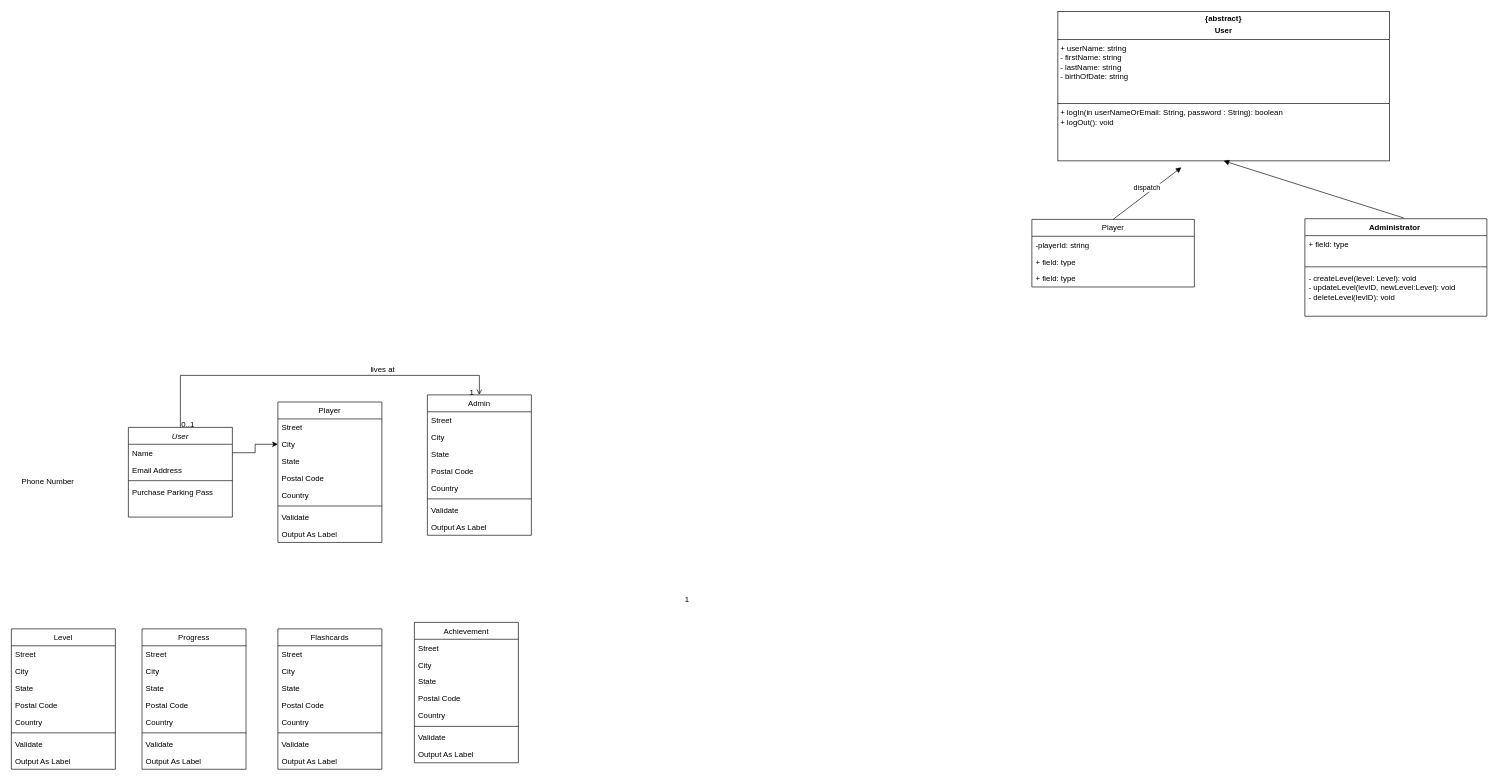
The draw.io diagram HCIDiagrams.drawio in yzy21cs/Diagrams, before the edit. Source tidied: cells renumbered, new cells numbered last; positions are measured from the earlier drawing's top-left corner, leaving out a move shared by most shapes. Both pictures are drawn from the tidied source at 65%, with x=0, y=0 at pixel (11, 11).
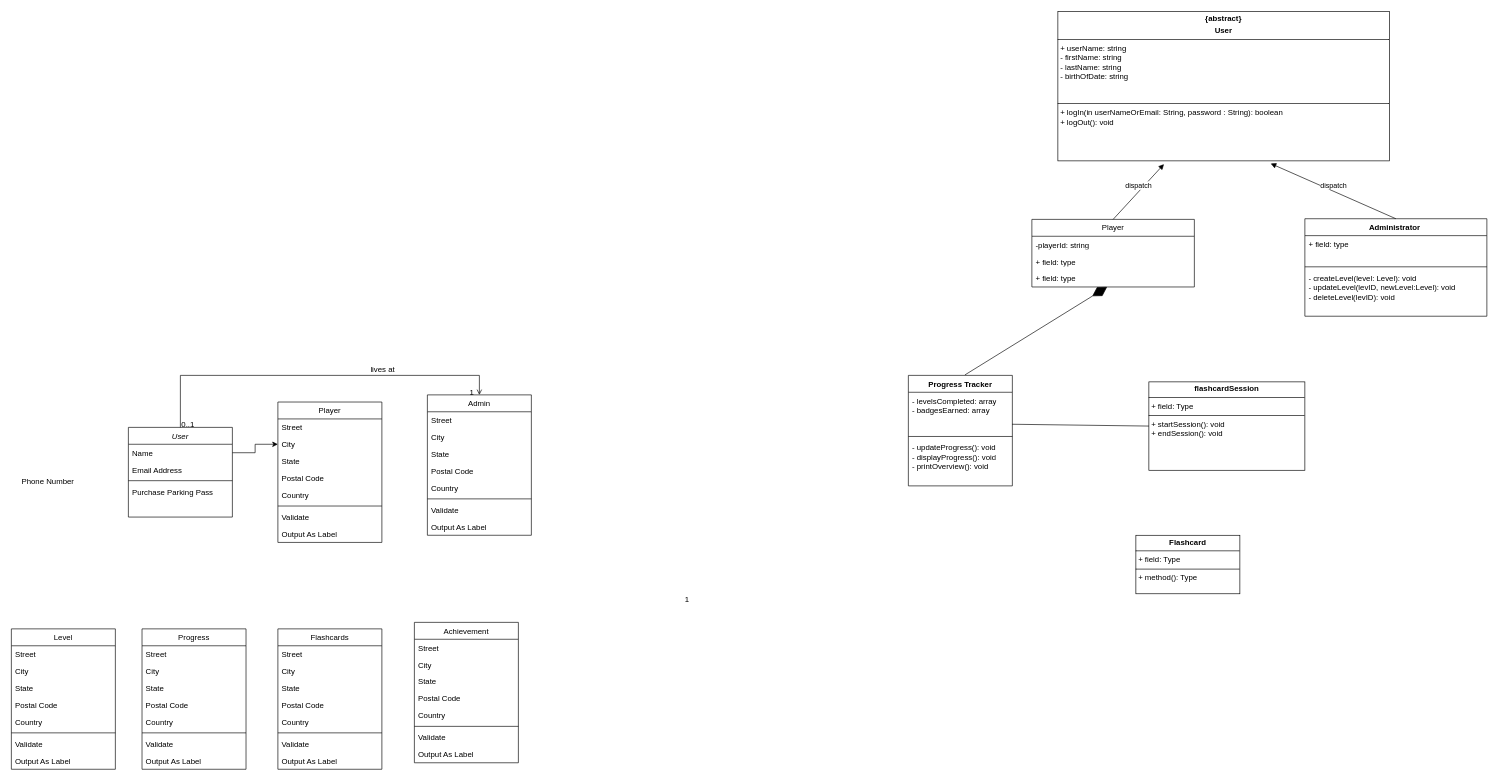
Above is the later version.

Unchanged cells that the change refers to:
```xml
<mxCell id="68" value="&lt;p style=&quot;margin:0px;margin-top:4px;text-align:center;&quot;&gt;&lt;b&gt;{abstract}&lt;/b&gt;&lt;/p&gt;&lt;p style=&quot;margin:0px;margin-top:4px;text-align:center;&quot;&gt;&lt;b&gt;User&lt;/b&gt;&lt;/p&gt;&lt;hr size=&quot;1&quot; style=&quot;border-style:solid;&quot;&gt;&lt;p style=&quot;margin:0px;margin-left:4px;&quot;&gt;+ userName: string&lt;/p&gt;&lt;p style=&quot;margin:0px;margin-left:4px;&quot;&gt;- firstName: string&lt;/p&gt;&lt;p style=&quot;margin:0px;margin-left:4px;&quot;&gt;- lastName: string&lt;/p&gt;&lt;p style=&quot;margin:0px;margin-left:4px;&quot;&gt;- birthOfDate: string&lt;/p&gt;&lt;p style=&quot;margin:0px;margin-left:4px;&quot;&gt;&lt;br&gt;&lt;/p&gt;&lt;p style=&quot;margin:0px;margin-left:4px;&quot;&gt;&lt;br&gt;&lt;/p&gt;&lt;hr size=&quot;1&quot; style=&quot;border-style:solid;&quot;&gt;&lt;p style=&quot;margin:0px;margin-left:4px;&quot;&gt;+ logIn(in userNameOrEmail: String, password : String): boolean&amp;nbsp;&lt;/p&gt;&lt;p style=&quot;margin:0px;margin-left:4px;&quot;&gt;+ logOut(): void&lt;/p&gt;" style="verticalAlign=top;align=left;overflow=fill;html=1;whiteSpace=wrap;" parent="1" vertex="1">
  <mxGeometry x="1610" width="510" height="230" as="geometry" />
</mxCell>
<mxCell id="69" value="Player" style="swimlane;fontStyle=0;horizontal=1;startSize=26;fillColor=none;whiteSpace=wrap;html=1;" parent="1" vertex="1">
  <mxGeometry x="1570" y="320" width="250" height="104" as="geometry" />
</mxCell>
<mxCell id="73" value="Administrator&amp;nbsp;" style="swimlane;fontStyle=1;align=center;verticalAlign=top;horizontal=1;startSize=26;whiteSpace=wrap;html=1;" parent="1" vertex="1">
  <mxGeometry x="1990" y="319" width="280" height="150" as="geometry" />
</mxCell>
```

The edit, as a diff of the source:
```diff
@@
+    <mxCell id="78" value="dispatch" style="html=1;verticalAlign=bottom;endArrow=block;curved=0;rounded=0;exitX=0.5;exitY=0;exitDx=0;exitDy=0;entryX=0.32;entryY=1.022;entryDx=0;entryDy=0;entryPerimeter=0;" parent="1" edge="1" source="69" target="68">
+      <mxGeometry relative="1" as="geometry" />
+    </mxCell>
-    <mxCell id="77" style="html=1;verticalAlign=bottom;endArrow=block;curved=0;rounded=0;exitX=0.543;exitY=-0.008;exitDx=0;exitDy=0;exitPerimeter=0;entryX=0.5;entryY=1;entryDx=0;entryDy=0;" parent="1" edge="1" source="73" target="68">
+    <mxCell id="77" value="dispatch" style="html=1;verticalAlign=bottom;endArrow=block;curved=0;rounded=0;entryX=0.642;entryY=1.018;entryDx=0;entryDy=0;entryPerimeter=0;exitX=0.5;exitY=0;exitDx=0;exitDy=0;" parent="1" edge="1" source="73" target="68">
       <mxGeometry relative="1" as="geometry" />
     </mxCell>
-    <mxCell id="78" value="dispatch" style="html=1;verticalAlign=bottom;endArrow=block;curved=0;rounded=0;exitX=0.5;exitY=0;exitDx=0;exitDy=0;" parent="1" edge="1" source="69">
-      <mxGeometry relative="1" as="geometry">
-        <mxPoint x="1800" y="240" as="targetPoint" />
-      </mxGeometry>
-    </mxCell>
+    <mxCell id="79" value="Progress Tracker" style="swimlane;fontStyle=1;align=center;verticalAlign=top;horizontal=1;startSize=26;whiteSpace=wrap;html=1;" parent="1" vertex="1">
+      <mxGeometry x="1380" y="560" width="160" height="170" as="geometry" />
+    </mxCell>
+    <mxCell id="80" value="- levelsCompleted: array&lt;div&gt;- badgesEarned: array&lt;/div&gt;" style="text;strokeColor=none;fillColor=none;align=left;verticalAlign=top;spacingLeft=4;spacingRight=4;overflow=hidden;whiteSpace=wrap;html=1;" parent="79" vertex="1">
+      <mxGeometry y="26" width="160" height="64" as="geometry" />
+    </mxCell>
+    <mxCell id="81" style="line;strokeWidth=1;fillColor=none;align=left;verticalAlign=middle;spacingTop=-1;spacingLeft=3;spacingRight=3;labelPosition=right;strokeColor=inherit;" parent="79" vertex="1">
+      <mxGeometry y="90" width="160" height="8" as="geometry" />
+    </mxCell>
+    <mxCell id="82" value="- updateProgress(): void&lt;div&gt;- displayProgress(): void&lt;/div&gt;&lt;div&gt;- printOverview(): void&lt;/div&gt;" style="text;strokeColor=none;fillColor=none;align=left;verticalAlign=top;spacingLeft=4;spacingRight=4;overflow=hidden;whiteSpace=wrap;html=1;" parent="79" vertex="1">
+      <mxGeometry y="98" width="160" height="72" as="geometry" />
+    </mxCell>
+    <mxCell id="83" style="endArrow=diamondThin;endFill=1;endSize=24;html=1;rounded=0;entryX=0.46;entryY=1.208;entryDx=0;entryDy=0;entryPerimeter=0;exitX=0.414;exitY=0.008;exitDx=0;exitDy=0;exitPerimeter=0;" parent="1" edge="1">
+      <mxGeometry relative="1" as="geometry">
+        <mxPoint x="1467" y="559.3" as="sourcePoint" />
+        <mxPoint x="1685.8" y="424" as="targetPoint" />
+      </mxGeometry>
+    </mxCell>
+    <mxCell id="84" value="&lt;p style=&quot;margin:0px;margin-top:4px;text-align:center;&quot;&gt;&lt;b&gt;flashcardSession&lt;/b&gt;&lt;/p&gt;&lt;hr size=&quot;1&quot; style=&quot;border-style:solid;&quot;&gt;&lt;p style=&quot;margin:0px;margin-left:4px;&quot;&gt;+ field: Type&lt;/p&gt;&lt;hr size=&quot;1&quot; style=&quot;border-style:solid;&quot;&gt;&lt;p style=&quot;margin:0px;margin-left:4px;&quot;&gt;+ startSession(): void&lt;/p&gt;&lt;p style=&quot;margin:0px;margin-left:4px;&quot;&gt;+ endSession(): void&lt;/p&gt;&lt;p style=&quot;margin:0px;margin-left:4px;&quot;&gt;&lt;br&gt;&lt;/p&gt;" style="verticalAlign=top;align=left;overflow=fill;html=1;whiteSpace=wrap;" parent="1" vertex="1">
+      <mxGeometry x="1750" y="570" width="240" height="136" as="geometry" />
+    </mxCell>
+    <mxCell id="85" style="endArrow=none;html=1;rounded=0;exitX=0.997;exitY=0.893;exitDx=0;exitDy=0;exitPerimeter=0;entryX=0;entryY=0.5;entryDx=0;entryDy=0;" parent="1" edge="1" target="84">
+      <mxGeometry relative="1" as="geometry">
+        <mxPoint x="1539.5" y="635.2" as="sourcePoint" />
+      </mxGeometry>
+    </mxCell>
+    <mxCell id="86" value="&lt;p style=&quot;margin:0px;margin-top:4px;text-align:center;&quot;&gt;&lt;b&gt;Flashcard&lt;/b&gt;&lt;/p&gt;&lt;hr size=&quot;1&quot; style=&quot;border-style:solid;&quot;&gt;&lt;p style=&quot;margin:0px;margin-left:4px;&quot;&gt;+ field: Type&lt;/p&gt;&lt;hr size=&quot;1&quot; style=&quot;border-style:solid;&quot;&gt;&lt;p style=&quot;margin:0px;margin-left:4px;&quot;&gt;+ method(): Type&lt;/p&gt;" style="verticalAlign=top;align=left;overflow=fill;html=1;whiteSpace=wrap;" parent="1" vertex="1">
+      <mxGeometry x="1730" y="806" width="160" height="90" as="geometry" />
+    </mxCell>
```
